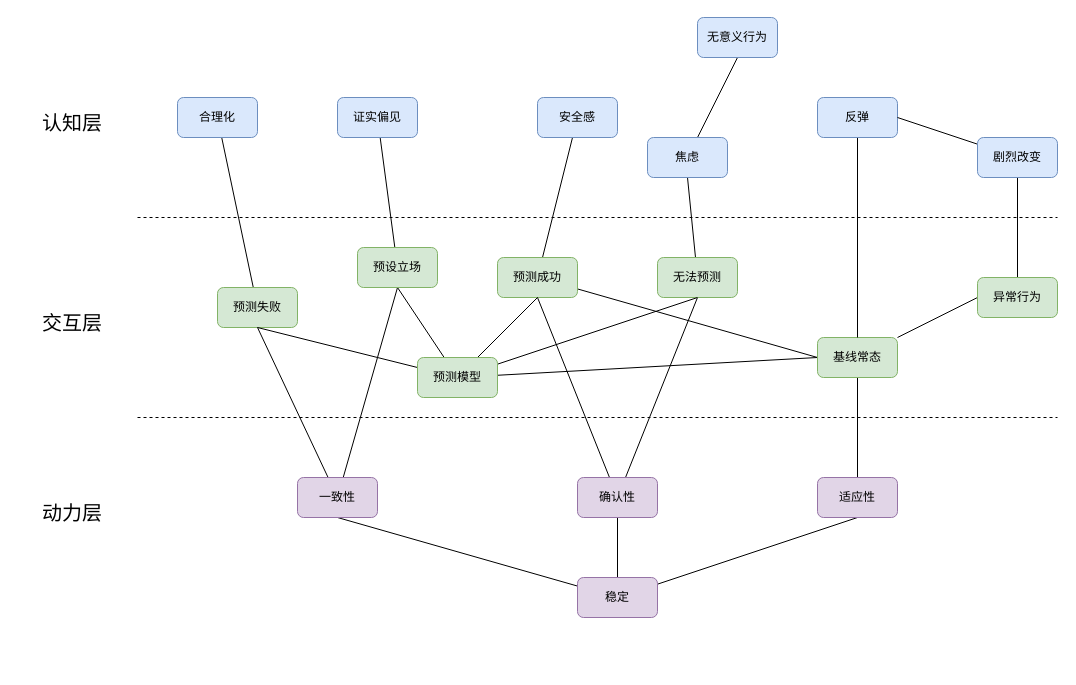
Before: 大脑原理-稳定-认知三层模型.drawio in youyusan/open_mind, a draw.io diagram. Source tidied: cells renumbered, new cells numbered last; positions are measured from the earlier drawing's top-left corner, leaving out a move shared by most shapes. Both pictures are drawn from the tidied source at 100%, with x=0, y=0 at pixel (17, 17).
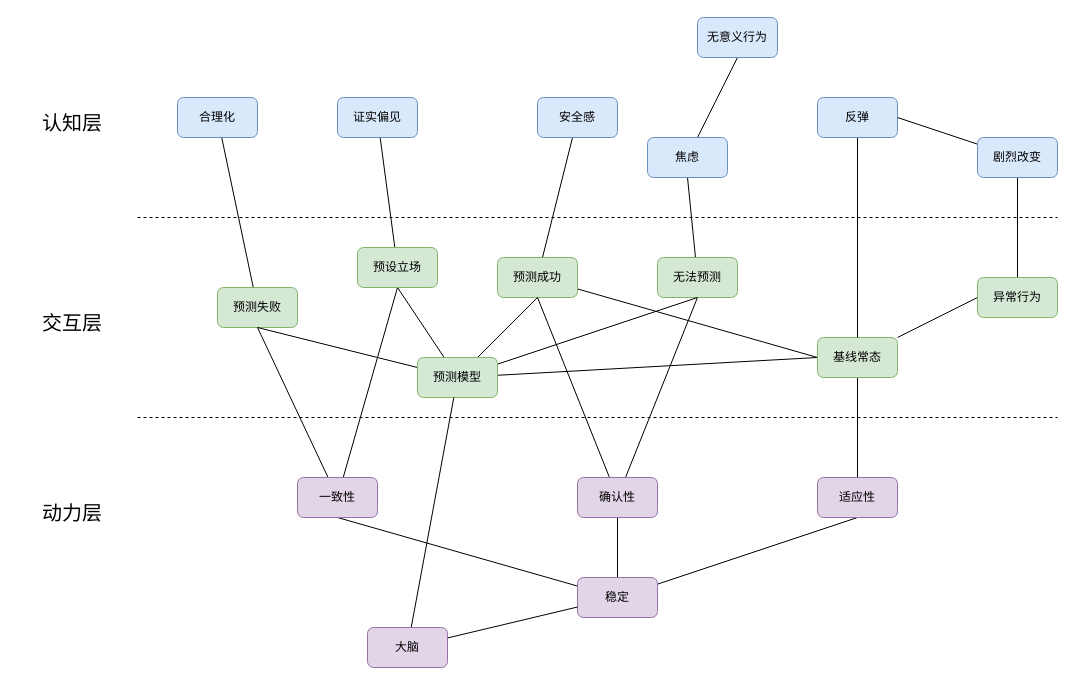
After the change.

Commit message (it also covers changes not shown here):
更新大脑原理-稳定-认知三层模型.drawio

The change refers to these unchanged cells:
```xml
<mxCell id="16" value="稳定" style="rounded=1;whiteSpace=wrap;html=1;fillColor=#e1d5e7;strokeColor=#9673a6;" parent="1" vertex="1">
  <mxGeometry x="560" y="560" width="80" height="40" as="geometry" />
</mxCell>
<mxCell id="34" value="预测模型" style="rounded=1;whiteSpace=wrap;html=1;fillColor=#d5e8d4;strokeColor=#82b366;" parent="1" vertex="1">
  <mxGeometry x="400" y="340" width="80" height="40" as="geometry" />
</mxCell>
```

Diff of the diagram source:
```diff
@@
+    <mxCell id="48" style="edgeStyle=none;shape=connector;rounded=0;jettySize=auto;html=1;labelBackgroundColor=default;strokeColor=default;align=center;verticalAlign=middle;fontFamily=Helvetica;fontSize=11;fontColor=default;endArrow=none;endFill=0;" parent="1" edge="1" source="50" target="16">
+      <mxGeometry relative="1" as="geometry" />
+    </mxCell>
+    <mxCell id="49" style="edgeStyle=none;shape=connector;rounded=0;jettySize=auto;html=1;labelBackgroundColor=default;strokeColor=default;align=center;verticalAlign=middle;fontFamily=Helvetica;fontSize=11;fontColor=default;endArrow=none;endFill=0;" parent="1" edge="1" source="50" target="34">
+      <mxGeometry relative="1" as="geometry" />
+    </mxCell>
+    <mxCell id="50" value="大脑" style="rounded=1;whiteSpace=wrap;html=1;fillColor=#e1d5e7;strokeColor=#9673a6;" parent="1" vertex="1">
+      <mxGeometry x="350" y="610" width="80" height="40" as="geometry" />
+    </mxCell>
```
